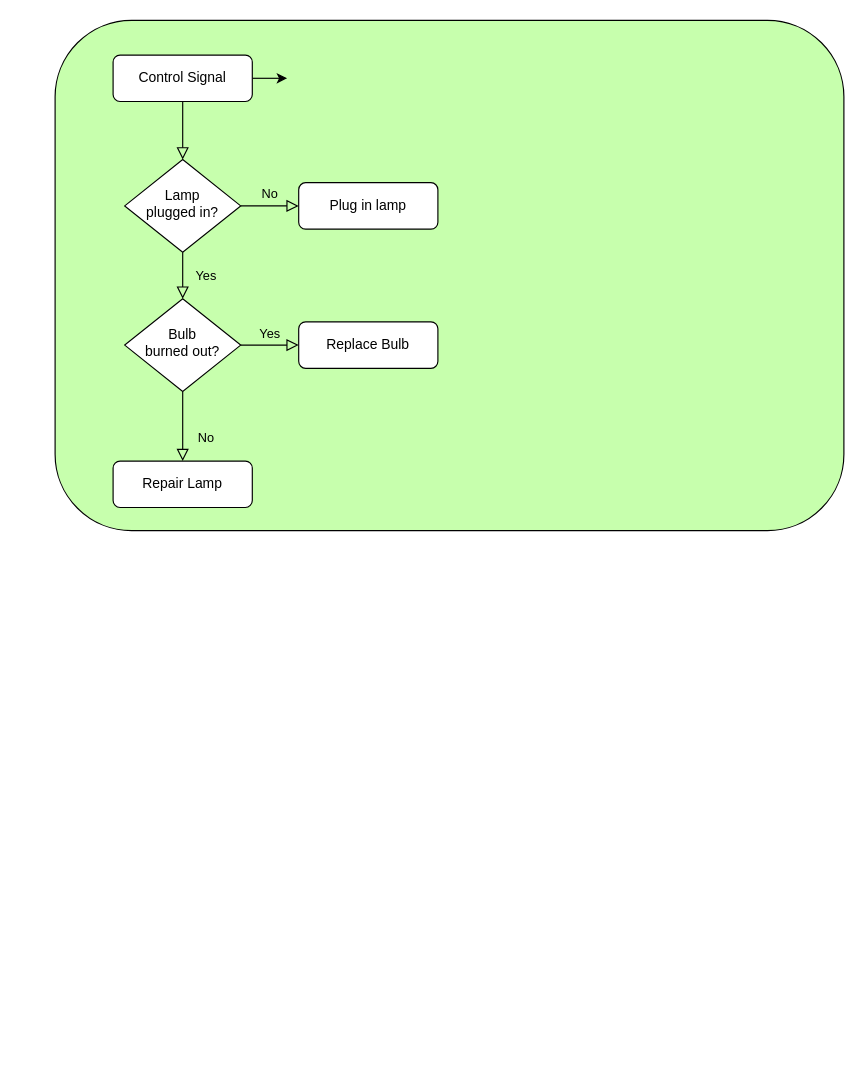
DJ-Won/PRC keeps this draw.io diagram as 未命名绘图.drawio. Above is the earlier version. Source tidied: cells renumbered, new cells numbered last; positions are measured from the earlier drawing's top-left corner, leaving out a move shared by most shapes. Both pictures are drawn from the tidied source at 116%, with x=0, y=0 at pixel (55, 20).
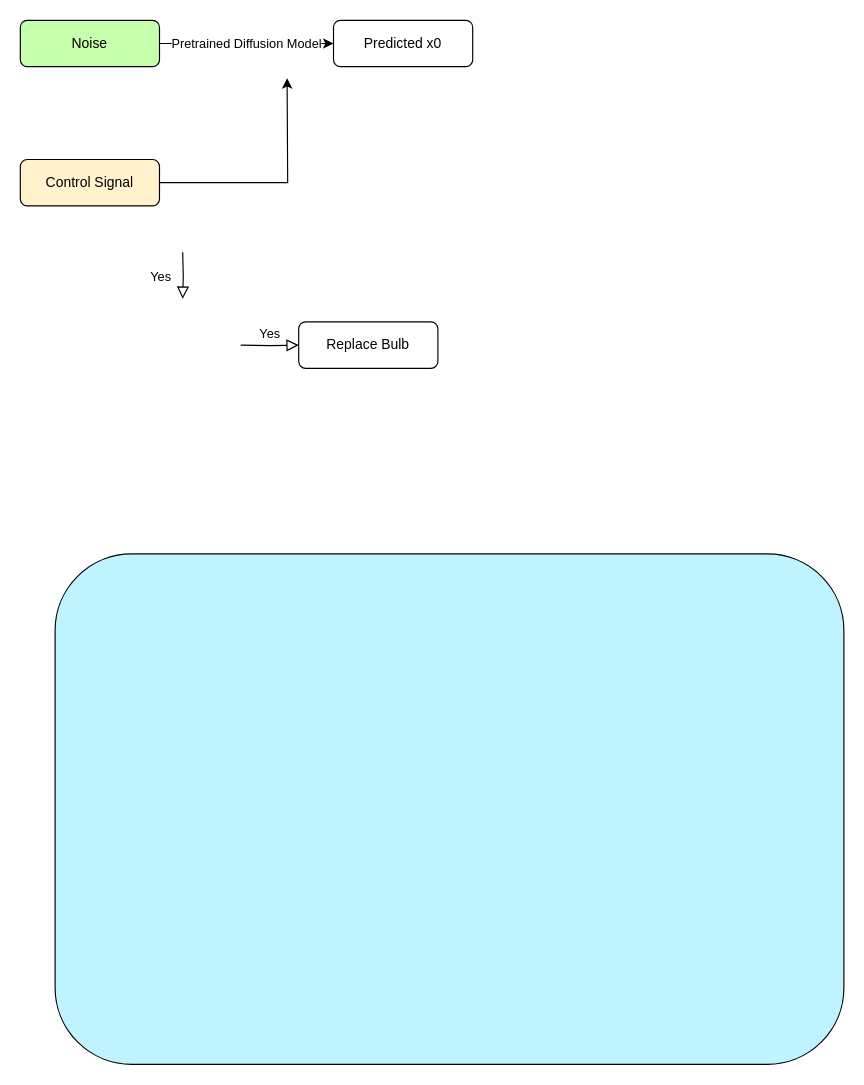
Above is the later version.

Commit message (it also covers changes not shown here):
更新未命名绘图.drawio

Diff of the diagram source:
```diff
@@
 <mxGraphModel>
   <root>
     <mxCell id="0" />
     <mxCell id="1" parent="0" />
-    <mxCell id="2" style="rounded=1;whiteSpace=wrap;html=1;fillColor=#C7FFAD;" parent="1" vertex="1">
-      <mxGeometry width="680" height="440" as="geometry" />
+    <mxCell id="2" style="rounded=1;whiteSpace=wrap;html=1;fillColor=#BFF3FF;" parent="1" vertex="1">
+      <mxGeometry y="460" width="680" height="440" as="geometry" />
     </mxCell>
-    <mxCell id="3" style="rounded=0;html=1;jettySize=auto;fontSize=11;endArrow=block;endFill=0;endSize=8;strokeWidth=1;shadow=0;labelBackgroundColor=none;edgeStyle=orthogonalEdgeStyle;" parent="1" edge="1" source="5" target="8">
-      <mxGeometry relative="1" as="geometry" />
-    </mxCell>
     <mxCell id="4" style="edgeStyle=orthogonalEdgeStyle;rounded=0;jettySize=auto;html=1;exitX=1;exitY=0.5;exitDx=0;exitDy=0;" parent="1" edge="1" source="5">
       <mxGeometry relative="1" as="geometry">
         <mxPoint x="200" y="50" as="targetPoint" />
       </mxGeometry>
     </mxCell>
-    <mxCell id="5" value="Control Signal" style="rounded=1;whiteSpace=wrap;html=1;fontSize=12;glass=0;strokeWidth=1;shadow=0;" parent="1" vertex="1">
-      <mxGeometry x="50" y="30" width="120" height="40" as="geometry" />
+    <mxCell id="5" value="Control Signal" style="rounded=1;whiteSpace=wrap;html=1;fontSize=12;glass=0;strokeWidth=1;shadow=0;fillColor=#FFF2CC;" parent="1" vertex="1">
+      <mxGeometry x="-30" y="120" width="120" height="40" as="geometry" />
     </mxCell>
-    <mxCell id="6" value="Yes" style="rounded=0;html=1;jettySize=auto;fontSize=11;endArrow=block;endFill=0;endSize=8;strokeWidth=1;shadow=0;labelBackgroundColor=none;edgeStyle=orthogonalEdgeStyle;" parent="1" edge="1" source="8" target="12">
-      <mxGeometry y="20" relative="1" as="geometry" />
+    <mxCell id="6" value="Yes" style="rounded=0;html=1;jettySize=auto;orthogonalLoop=1;fontSize=11;endArrow=block;endFill=0;endSize=8;strokeWidth=1;shadow=0;labelBackgroundColor=none;edgeStyle=orthogonalEdgeStyle;" parent="1" edge="1">
+      <mxGeometry y="20" relative="1" as="geometry">
+        <mxPoint x="110" y="200" as="sourcePoint" />
+        <mxPoint x="110" y="240" as="targetPoint" />
+      </mxGeometry>
     </mxCell>
-    <mxCell id="7" value="No" style="edgeStyle=orthogonalEdgeStyle;rounded=0;html=1;jettySize=auto;fontSize=11;endArrow=block;endFill=0;endSize=8;strokeWidth=1;shadow=0;labelBackgroundColor=none;" parent="1" edge="1" source="8" target="9">
-      <mxGeometry y="10" relative="1" as="geometry" />
-    </mxCell>
-    <mxCell id="8" value="Lamp&lt;br&gt;plugged in?" style="rhombus;whiteSpace=wrap;html=1;shadow=0;fontFamily=Helvetica;fontSize=12;align=center;strokeWidth=1;spacing=6;spacingTop=-4;" parent="1" vertex="1">
-      <mxGeometry x="60" y="120" width="100" height="80" as="geometry" />
-    </mxCell>
-    <mxCell id="9" value="Plug in lamp" style="rounded=1;whiteSpace=wrap;html=1;fontSize=12;glass=0;strokeWidth=1;shadow=0;" parent="1" vertex="1">
-      <mxGeometry x="210" y="140" width="120" height="40" as="geometry" />
+    <mxCell id="9" value="Predicted x0" style="rounded=1;whiteSpace=wrap;html=1;fontSize=12;glass=0;strokeWidth=1;shadow=0;" parent="1" vertex="1">
+      <mxGeometry x="240" width="120" height="40" as="geometry" />
     </mxCell>
-    <mxCell id="10" value="No" style="rounded=0;html=1;jettySize=auto;fontSize=11;endArrow=block;endFill=0;endSize=8;strokeWidth=1;shadow=0;labelBackgroundColor=none;edgeStyle=orthogonalEdgeStyle;" parent="1" edge="1" source="12" target="13">
-      <mxGeometry x="0.33" y="20" relative="1" as="geometry" />
-    </mxCell>
-    <mxCell id="11" value="Yes" style="edgeStyle=orthogonalEdgeStyle;rounded=0;html=1;jettySize=auto;fontSize=11;endArrow=block;endFill=0;endSize=8;strokeWidth=1;shadow=0;labelBackgroundColor=none;" parent="1" edge="1" source="12" target="14">
-      <mxGeometry y="10" relative="1" as="geometry" />
+    <mxCell id="11" value="Yes" style="edgeStyle=orthogonalEdgeStyle;rounded=0;html=1;jettySize=auto;fontSize=11;endArrow=block;endFill=0;endSize=8;strokeWidth=1;shadow=0;labelBackgroundColor=none;" parent="1" edge="1" target="14">
+      <mxGeometry y="10" relative="1" as="geometry">
+        <mxPoint x="160" y="280" as="sourcePoint" />
+      </mxGeometry>
     </mxCell>
-    <mxCell id="12" value="Bulb&lt;br&gt;burned out?" style="rhombus;whiteSpace=wrap;html=1;shadow=0;fontFamily=Helvetica;fontSize=12;align=center;strokeWidth=1;spacing=6;spacingTop=-4;" parent="1" vertex="1">
-      <mxGeometry x="60" y="240" width="100" height="80" as="geometry" />
-    </mxCell>
+    <mxCell id="15" value="Pretrained Diffusion Model" style="edgeStyle=orthogonalEdgeStyle;rounded=0;orthogonalLoop=1;jettySize=auto;html=1;exitX=1;exitY=0.5;exitDx=0;exitDy=0;" parent="1" edge="1">
+      <mxGeometry relative="1" as="geometry">
+        <mxPoint x="90" y="20" as="sourcePoint" />
+        <mxPoint x="240" y="20" as="targetPoint" />
+      </mxGeometry>
+    </mxCell>
-    <mxCell id="13" value="Repair Lamp" style="rounded=1;whiteSpace=wrap;html=1;fontSize=12;glass=0;strokeWidth=1;shadow=0;" parent="1" vertex="1">
-      <mxGeometry x="50" y="380" width="120" height="40" as="geometry" />
+    <mxCell id="13" value="Noise" style="rounded=1;whiteSpace=wrap;html=1;fontSize=12;glass=0;strokeWidth=1;shadow=0;fillColor=#C7FFAD;" parent="1" vertex="1">
+      <mxGeometry x="-30" width="120" height="40" as="geometry" />
     </mxCell>
     <mxCell id="14" value="Replace Bulb" style="rounded=1;whiteSpace=wrap;html=1;fontSize=12;glass=0;strokeWidth=1;shadow=0;" parent="1" vertex="1">
       <mxGeometry x="210" y="260" width="120" height="40" as="geometry" />
     </mxCell>
   </root>
 </mxGraphModel>
```
